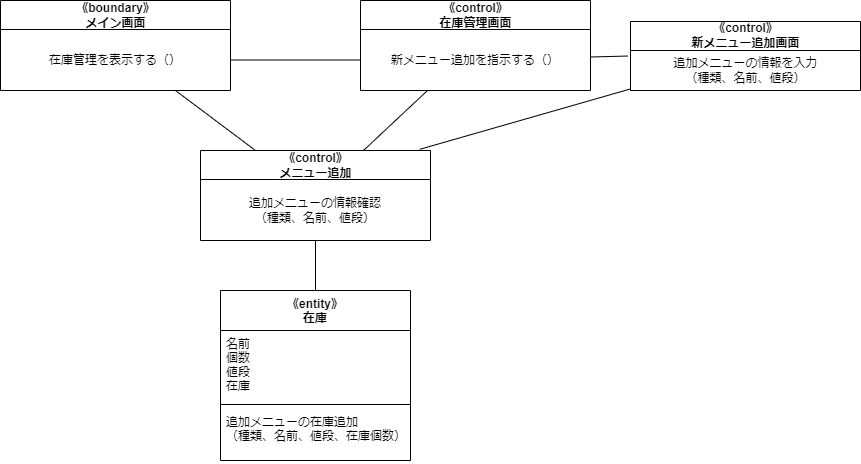
Above: psp4/分析モデルのクラス図/分析モデルクラス図_新メニュー.drawio.png in MasakiHiguchi/--- (draw.io), before the change. Source tidied: cells renumbered, new cells last; positions are measured from the earlier drawing's top-left corner, leaving out a move shared by most shapes.
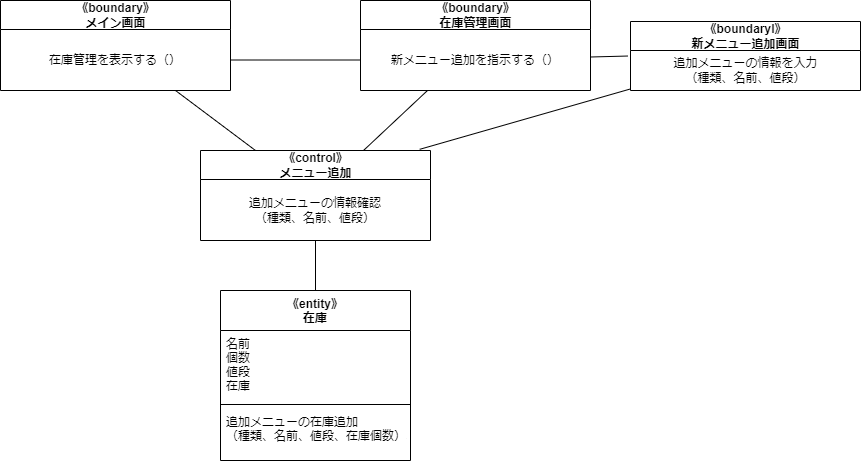
After the commit.

Change to the diagram source:
```diff
@@ -35,7 +35,7 @@
     <mxCell id="12" style="edgeStyle=none;html=1;endArrow=none;endFill=0;" parent="1" edge="1" source="13" target="7">
       <mxGeometry relative="1" as="geometry" />
     </mxCell>
-    <mxCell id="13" value="《control》&lt;br&gt;在庫管理画面" style="swimlane;fontStyle=1;align=center;verticalAlign=middle;horizontal=1;startSize=29;html=1;" parent="1" vertex="1">
+    <mxCell id="13" value="《boundary》&lt;br&gt;在庫管理画面" style="swimlane;fontStyle=1;align=center;verticalAlign=middle;horizontal=1;startSize=29;html=1;" parent="1" vertex="1">
       <mxGeometry x="360" width="230" height="90" as="geometry" />
     </mxCell>
     <mxCell id="14" value="新メニュー追加を指示する（）" style="text;html=1;strokeColor=none;fillColor=none;align=center;verticalAlign=middle;spacingLeft=4;spacingRight=4;overflow=hidden;points=[[0,0.5],[1,0.5]];portConstraint=eastwest;" parent="13" vertex="1">
@@ -44,7 +44,7 @@
     <mxCell id="15" style="edgeStyle=none;html=1;endArrow=none;endFill=0;entryX=0.953;entryY=-0.013;entryDx=0;entryDy=0;entryPerimeter=0;" parent="1" edge="1" source="16" target="7">
       <mxGeometry relative="1" as="geometry" />
     </mxCell>
-    <mxCell id="16" value="《control》&lt;br&gt;新メニュー追加画面" style="swimlane;fontStyle=1;align=center;verticalAlign=middle;horizontal=1;startSize=29;html=1;" parent="1" vertex="1">
+    <mxCell id="16" value="《boundaryl》&lt;br&gt;新メニュー追加画面" style="swimlane;fontStyle=1;align=center;verticalAlign=middle;horizontal=1;startSize=29;html=1;" parent="1" vertex="1">
       <mxGeometry x="630" y="21" width="230" height="69" as="geometry" />
     </mxCell>
     <mxCell id="17" value="追加メニューの情報を入力&lt;br&gt;（種類、名前、値段）" style="text;html=1;align=center;verticalAlign=middle;points=[];strokeColor=none;fillColor=none;" parent="16" vertex="1">
```
